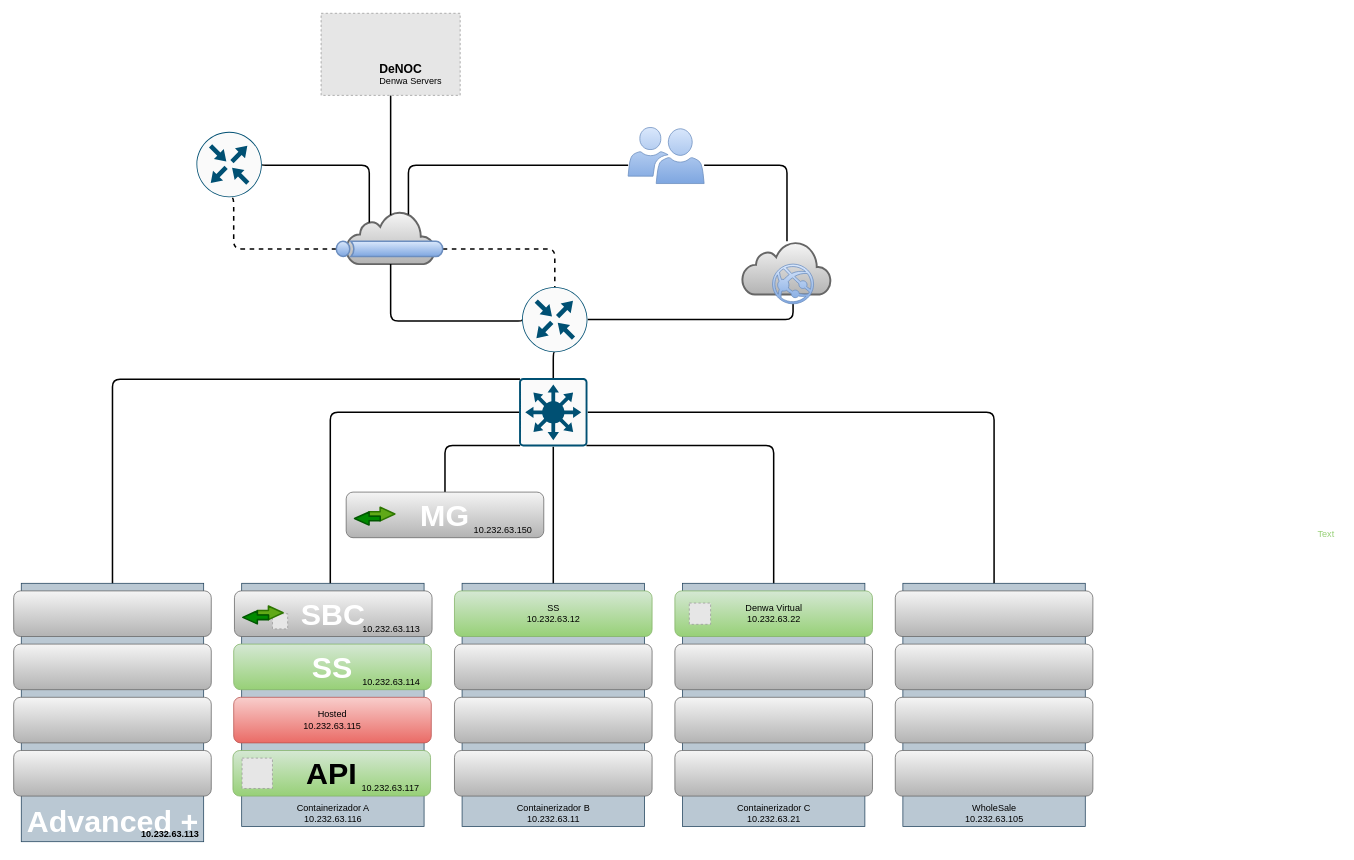
Above: Tortuguitas.drawio in saravian/Diagrams (draw.io), before the change. Source tidied: cells renumbered, new cells numbered last; positions are measured from the earlier drawing's top-left corner, leaving out a move shared by most shapes. Both pictures are drawn from the tidied source at 76%, with x=0, y=0 at pixel (14, 13). Pictures stored in the file or linked from it are replaced by grey dashed boxes.
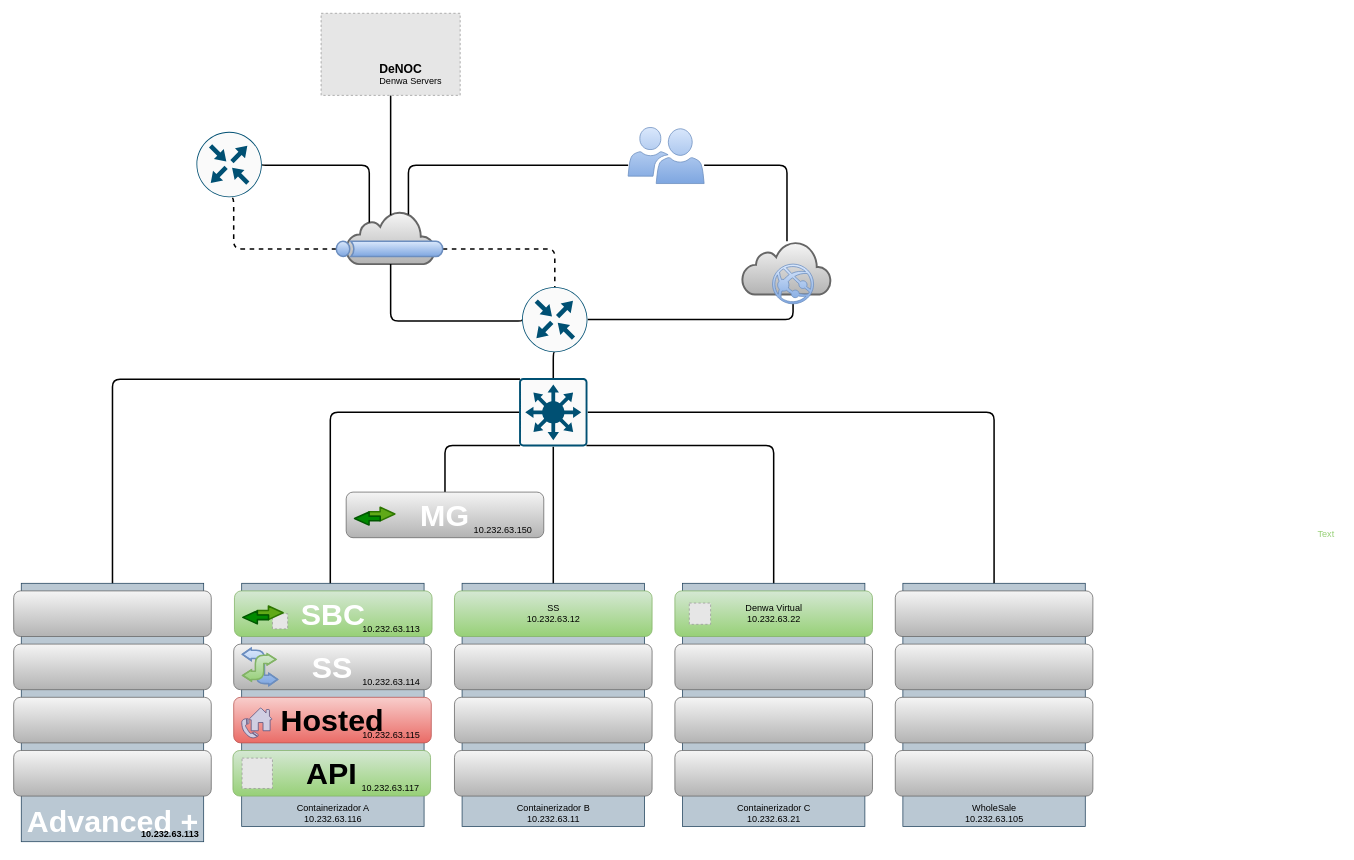
The same diagram, later.

Change to the diagram source:
```diff
@@
-    <mxCell id="25" value="&lt;font style=&quot;font-size: 40px&quot; color=&quot;#ffffff&quot;&gt;&lt;b&gt;SS&lt;/b&gt;&lt;/font&gt;" style="rounded=1;whiteSpace=wrap;html=1;gradientColor=#97d077;fillColor=#d5e8d4;strokeColor=#82b366;" parent="1" vertex="1">
+    <mxCell id="25" value="&lt;font style=&quot;font-size: 40px&quot; color=&quot;#ffffff&quot;&gt;&lt;b&gt;SS&lt;/b&gt;&lt;/font&gt;" style="rounded=1;whiteSpace=wrap;html=1;gradientColor=#b3b3b3;fillColor=#f5f5f5;strokeColor=#666666;" parent="1" vertex="1">
       <mxGeometry x="289" y="830" width="260" height="60" as="geometry" />
     </mxCell>
-    <mxCell id="26" value="Hosted&lt;br&gt;10.232.63.115" style="rounded=1;whiteSpace=wrap;html=1;gradientColor=#ea6b66;fillColor=#f8cecc;strokeColor=#b85450;" parent="1" vertex="1">
+    <mxCell id="26" value="&lt;font style=&quot;font-size: 40px&quot;&gt;&lt;b&gt;Hosted&lt;/b&gt;&lt;/font&gt;" style="rounded=1;whiteSpace=wrap;html=1;gradientColor=#ea6b66;fillColor=#f8cecc;strokeColor=#b85450;" parent="1" vertex="1">
       <mxGeometry x="289" y="900" width="260" height="60" as="geometry" />
     </mxCell>
@@
-    <mxCell id="55" value="&lt;b&gt;&lt;font color=&quot;#ffffff&quot; style=&quot;font-size: 40px&quot;&gt;SBC&lt;/font&gt;&lt;/b&gt;" style="rounded=1;whiteSpace=wrap;html=1;gradientColor=#b3b3b3;fillColor=#f5f5f5;strokeColor=#666666;glass=0;" parent="1" vertex="1">
+    <mxCell id="55" value="&lt;b&gt;&lt;font color=&quot;#ffffff&quot; style=&quot;font-size: 40px&quot;&gt;SBC&lt;/font&gt;&lt;/b&gt;" style="rounded=1;whiteSpace=wrap;html=1;gradientColor=#97d077;fillColor=#d5e8d4;strokeColor=#82b366;glass=0;" parent="1" vertex="1">
       <mxGeometry x="290" y="760" width="260" height="60" as="geometry" />
     </mxCell>
@@
+    <mxCell id="66" style="group;" parent="1" vertex="1">
+      <mxGeometry x="299.5" y="843.5" width="48.2" height="33" as="geometry" />
+    </mxCell>
+    <mxCell id="67" style="group;" parent="66" vertex="1">
+      <mxGeometry width="48.2" height="33" as="geometry" />
+    </mxCell>
+    <mxCell id="68" style="group;" parent="67" vertex="1">
+      <mxGeometry width="48.2" height="33" as="geometry" />
+    </mxCell>
+    <mxCell id="69" style="edgeStyle=elbowEdgeStyle;rounded=1;orthogonalLoop=1;jettySize=auto;html=1;endArrow=block;endFill=0;strokeWidth=2;fillColor=#dae8fc;gradientColor=#7ea6e0;fontSize=32;fontColor=#97D077;shape=flexArrow;startArrow=block;strokeColor=#6c8ebf;startSize=3.1666666666666665;endSize=3.1666666666666665;endWidth=3;startWidth=3;" parent="68" edge="1">
+      <mxGeometry relative="1" as="geometry">
+        <mxPoint as="sourcePoint" />
+        <mxPoint x="48.2" y="33" as="targetPoint" />
+      </mxGeometry>
+    </mxCell>
+    <mxCell id="70" style="edgeStyle=elbowEdgeStyle;rounded=1;orthogonalLoop=1;jettySize=auto;html=1;endArrow=block;endFill=0;strokeWidth=2;fillColor=#d5e8d4;gradientColor=#97d077;fontSize=32;fontColor=#97D077;shape=flexArrow;startArrow=block;strokeColor=#82b366;startSize=3.1333333333333333;endSize=3.1333333333333333;startWidth=1.6666666666666667;endWidth=1.6666666666666667;" parent="68" edge="1">
+      <mxGeometry relative="1" as="geometry">
+        <mxPoint x="0.4" y="27.7" as="sourcePoint" />
+        <mxPoint x="46" y="6.6" as="targetPoint" />
+      </mxGeometry>
+    </mxCell>
+    <mxCell id="71" style="shadow=0;dashed=0;html=1;strokeColor=#56517e;fillColor=#d0cee2;labelPosition=center;verticalLabelPosition=bottom;verticalAlign=top;align=center;shape=mxgraph.office.concepts.home;glass=0;comic=0;fontSize=32;" parent="1" vertex="1">
+      <mxGeometry x="309.5" y="914" width="30" height="30" as="geometry" />
+    </mxCell>
+    <mxCell id="72" style="shape=mxgraph.signs.tech.telephone_3;html=1;fillColor=#d0cee2;strokeColor=#56517e;verticalLabelPosition=bottom;verticalAlign=top;align=center;shadow=0;glass=0;comic=0;fontSize=32;" parent="1" vertex="1">
+      <mxGeometry x="299.5" y="928" width="22" height="26" as="geometry" />
+    </mxCell>
+    <mxCell id="73" value="&lt;font color=&quot;#000000&quot;&gt;10.232.63.115&lt;/font&gt;" style="text;html=1;align=center;verticalAlign=middle;fontColor=#97D077;" parent="1" vertex="1">
+      <mxGeometry x="450.5" y="940" width="90" height="20" as="geometry" />
+    </mxCell>
```
